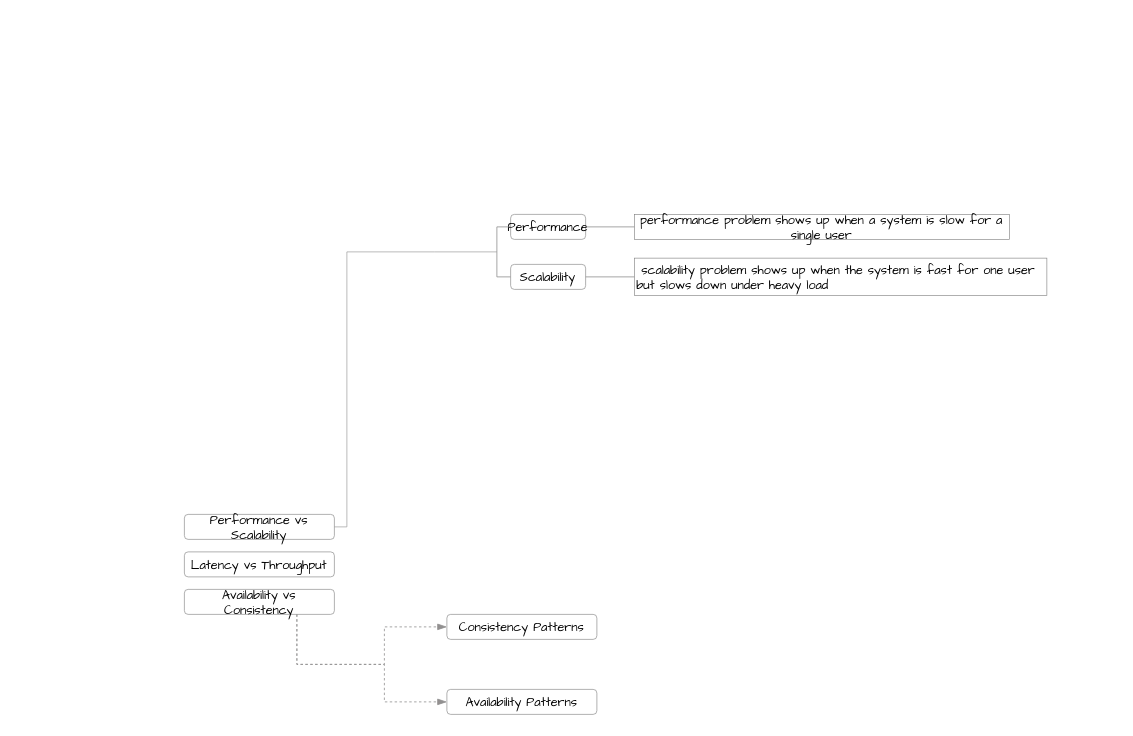
This is [research]SystemDesignKnowledge.drawio from ptt743/draw, a draw.io file, before an edit. Source tidied: cells renumbered, new cells numbered last; positions are measured from the earlier drawing's top-left corner, leaving out a move shared by most shapes. Both pictures are drawn from the tidied source at 125%, with x=0, y=0 at pixel (184, 214).
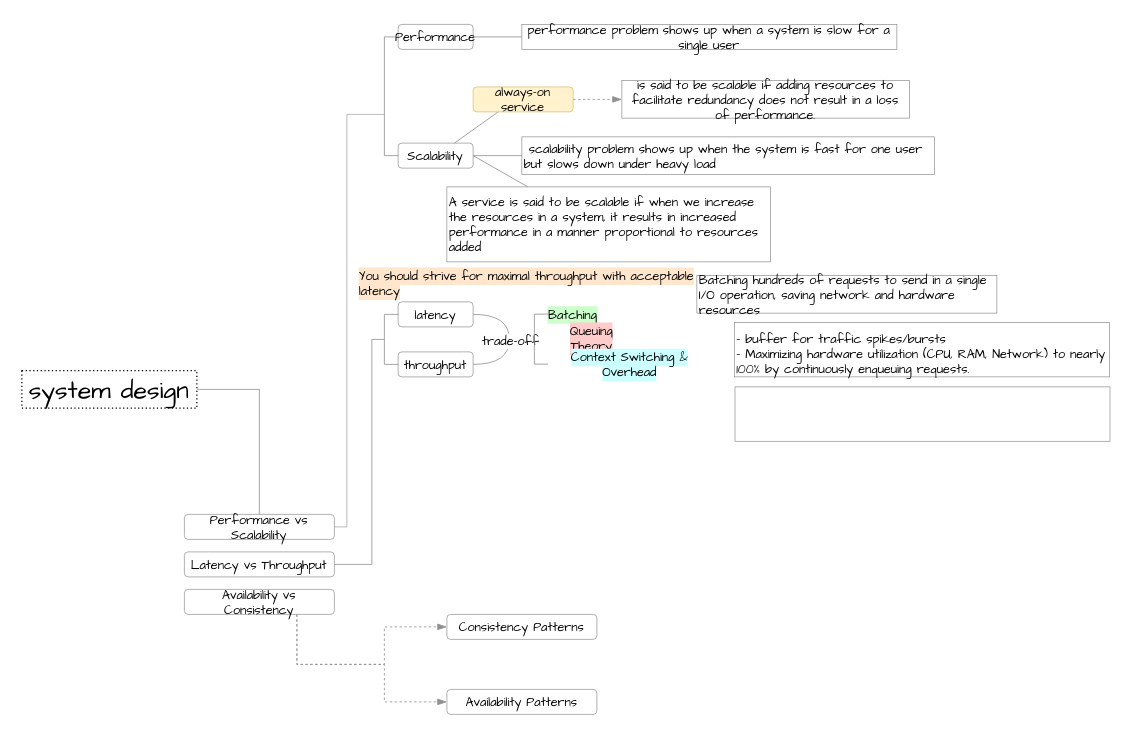
Above is the later version.

Unchanged cells that the change refers to:
```xml
<mxCell id="2" value="&lt;div&gt;Performance vs Scalability&lt;/div&gt;" style="rounded=1;whiteSpace=wrap;html=1;fontFamily=Comic Sans MS;strokeColor=#808080;strokeWidth=0.5;fontSize=10;" parent="1" vertex="1">
  <mxGeometry y="240" width="120" height="20" as="geometry" />
</mxCell>
<mxCell id="3" value="&lt;div&gt;Latency vs Throughput&lt;/div&gt;" style="rounded=1;whiteSpace=wrap;html=1;fontFamily=Comic Sans MS;strokeColor=#808080;strokeWidth=0.5;fontSize=10;" parent="1" vertex="1">
  <mxGeometry y="270" width="120" height="20" as="geometry" />
</mxCell>
```

Diff of the diagram source:
```diff
@@
     <mxCell id="9" value="Performance" style="rounded=1;whiteSpace=wrap;html=1;fontFamily=Comic Sans MS;strokeColor=#808080;strokeWidth=0.5;fontSize=10;" parent="1" vertex="1">
-      <mxGeometry x="261" width="60" height="20" as="geometry" />
+      <mxGeometry x="171" y="-152" width="60" height="20" as="geometry" />
     </mxCell>
     <mxCell id="10" value="Scalability" style="rounded=1;whiteSpace=wrap;html=1;fontFamily=Comic Sans MS;strokeColor=#808080;strokeWidth=0.5;fontSize=10;" parent="1" vertex="1">
-      <mxGeometry x="261" y="40" width="60" height="20" as="geometry" />
+      <mxGeometry x="171" y="-57" width="60" height="20" as="geometry" />
     </mxCell>
     <mxCell id="11" style="endArrow=none;html=1;rounded=0;endFill=0;strokeColor=light-dark(#929090, #ededed);strokeWidth=0.65;exitX=0;exitY=0.5;exitDx=0;exitDy=0;entryX=0;entryY=0.5;entryDx=0;entryDy=0;" parent="1" edge="1" source="9" target="10">
       <mxGeometry relative="1" as="geometry">
         <Array as="points">
-          <mxPoint x="250" y="10" />
-          <mxPoint x="250" y="50" />
+          <mxPoint x="160" y="-142" />
+          <mxPoint x="160" y="-47" />
         </Array>
       </mxGeometry>
     </mxCell>
     <mxCell id="12" style="endArrow=none;html=1;rounded=0;endFill=0;strokeColor=light-dark(#929090, #ededed);strokeWidth=0.5;entryX=1;entryY=0.5;entryDx=0;entryDy=0;" parent="1" edge="1" target="2">
       <mxGeometry relative="1" as="geometry">
-        <mxPoint x="250" y="30" as="sourcePoint" />
+        <mxPoint x="160" y="-80" as="sourcePoint" />
         <Array as="points">
-          <mxPoint x="200" y="30" />
-          <mxPoint x="130" y="30" />
+          <mxPoint x="130" y="-80" />
           <mxPoint x="130" y="250" />
         </Array>
       </mxGeometry>
     </mxCell>
     <mxCell id="13" value="performance problem shows up when a system is slow for a single user" style="rounded=0;whiteSpace=wrap;html=1;fontFamily=Comic Sans MS;strokeColor=#808080;strokeWidth=0.5;align=center;verticalAlign=middle;fontSize=10;" parent="1" vertex="1">
-      <mxGeometry x="360" width="300" height="20" as="geometry" />
+      <mxGeometry x="270" y="-152" width="300" height="20" as="geometry" />
     </mxCell>
@@
     <mxCell id="15" value="&amp;nbsp;scalability problem shows up when the system is fast for one user but slows down under heavy load" style="rounded=0;whiteSpace=wrap;html=1;fontFamily=Comic Sans MS;strokeColor=#808080;strokeWidth=0.5;align=left;verticalAlign=middle;fontSize=10;" parent="1" vertex="1">
-      <mxGeometry x="360" y="35" width="330" height="30" as="geometry" />
+      <mxGeometry x="270" y="-62" width="330" height="30" as="geometry" />
     </mxCell>
@@
+    <mxCell id="17" value="system design" style="text;html=1;whiteSpace=wrap;strokeColor=default;fillColor=none;align=center;verticalAlign=middle;rounded=0;fontFamily=Comic Sans MS;fontSize=20;dashed=1;dashPattern=1 2;" parent="1" vertex="1">
+      <mxGeometry x="-130" y="125" width="140" height="30" as="geometry" />
+    </mxCell>
+    <mxCell id="18" style="endArrow=none;html=1;rounded=0;endFill=0;strokeColor=light-dark(#929090, #ededed);strokeWidth=0.65;entryX=1;entryY=0.5;entryDx=0;entryDy=0;exitX=0.5;exitY=0;exitDx=0;exitDy=0;" parent="1" edge="1" source="2" target="17">
+      <mxGeometry relative="1" as="geometry">
+        <Array as="points">
+          <mxPoint x="60" y="140" />
+        </Array>
+      </mxGeometry>
+    </mxCell>
+    <mxCell id="19" value="A service is said to be scalable if when we increase the resources in a system, it results in increased performance in a manner proportional to resources added" style="rounded=0;whiteSpace=wrap;html=1;fontFamily=Comic Sans MS;strokeColor=#808080;strokeWidth=0.5;align=left;verticalAlign=top;fontSize=10;" parent="1" vertex="1">
+      <mxGeometry x="210" y="-22" width="259" height="60" as="geometry" />
+    </mxCell>
+    <mxCell id="20" style="endArrow=none;html=1;rounded=0;endFill=0;strokeColor=light-dark(#929090, #ededed);strokeWidth=0.65;entryX=1;entryY=0.5;entryDx=0;entryDy=0;exitX=0.25;exitY=0;exitDx=0;exitDy=0;" parent="1" edge="1" source="19" target="10">
+      <mxGeometry relative="1" as="geometry" />
+    </mxCell>
+    <mxCell id="21" value="always-on service" style="rounded=1;whiteSpace=wrap;html=1;fontFamily=Comic Sans MS;strokeColor=#d6b656;strokeWidth=0.5;fontSize=10;fillColor=#fff2cc;" parent="1" vertex="1">
+      <mxGeometry x="231" y="-102" width="80" height="20" as="geometry" />
+    </mxCell>
+    <mxCell id="22" value="is said to be scalable if adding resources to facilitate redundancy does not result in a loss of performance." style="rounded=0;whiteSpace=wrap;html=1;fontFamily=Comic Sans MS;strokeColor=#808080;strokeWidth=0.5;align=center;verticalAlign=middle;fontSize=10;" parent="1" vertex="1">
+      <mxGeometry x="350" y="-107" width="230" height="30" as="geometry" />
+    </mxCell>
+    <mxCell id="23" style="endArrow=blockThin;html=1;rounded=0;endFill=1;strokeColor=light-dark(#929090, #ededed);strokeWidth=0.65;dashed=1;entryX=0;entryY=0.5;entryDx=0;entryDy=0;exitX=1;exitY=0.5;exitDx=0;exitDy=0;" parent="1" edge="1" source="21" target="22">
+      <mxGeometry relative="1" as="geometry" />
+    </mxCell>
+    <mxCell id="24" style="endArrow=none;html=1;rounded=0;endFill=0;strokeColor=light-dark(#929090, #ededed);strokeWidth=0.65;entryX=0.75;entryY=0;entryDx=0;entryDy=0;exitX=0.25;exitY=1;exitDx=0;exitDy=0;" parent="1" edge="1" source="21" target="10">
+      <mxGeometry relative="1" as="geometry" />
+    </mxCell>
+    <mxCell id="25" value="latency" style="rounded=1;whiteSpace=wrap;html=1;fontFamily=Comic Sans MS;strokeColor=#808080;strokeWidth=0.5;fontSize=10;" parent="1" vertex="1">
+      <mxGeometry x="171" y="70" width="60" height="20" as="geometry" />
+    </mxCell>
+    <mxCell id="26" value="throughput" style="rounded=1;whiteSpace=wrap;html=1;fontFamily=Comic Sans MS;strokeColor=#808080;strokeWidth=0.5;fontSize=10;" parent="1" vertex="1">
+      <mxGeometry x="171" y="110" width="60" height="20" as="geometry" />
+    </mxCell>
+    <mxCell id="27" style="endArrow=none;html=1;rounded=0;endFill=0;strokeColor=light-dark(#929090, #ededed);strokeWidth=0.65;entryX=1;entryY=0.5;entryDx=0;entryDy=0;" parent="1" edge="1" target="3">
+      <mxGeometry relative="1" as="geometry">
+        <mxPoint x="160" y="100" as="sourcePoint" />
+        <Array as="points">
+          <mxPoint x="150" y="100" />
+          <mxPoint x="150" y="280" />
+        </Array>
+      </mxGeometry>
+    </mxCell>
+    <mxCell id="28" style="endArrow=none;html=1;rounded=0;endFill=0;strokeColor=light-dark(#929090, #ededed);strokeWidth=0.65;" parent="1" edge="1">
+      <mxGeometry relative="1" as="geometry">
+        <mxPoint x="160" y="80" as="sourcePoint" />
+        <mxPoint x="160" y="120" as="targetPoint" />
+      </mxGeometry>
+    </mxCell>
+    <mxCell id="29" style="endArrow=none;html=1;rounded=0;endFill=0;strokeColor=light-dark(#929090, #ededed);strokeWidth=0.65;entryX=0;entryY=0.5;entryDx=0;entryDy=0;" parent="1" edge="1" target="26">
+      <mxGeometry relative="1" as="geometry">
+        <mxPoint x="160" y="120" as="sourcePoint" />
+      </mxGeometry>
+    </mxCell>
+    <mxCell id="30" style="endArrow=none;html=1;rounded=0;endFill=0;strokeColor=light-dark(#929090, #ededed);strokeWidth=0.65;entryX=0;entryY=0.5;entryDx=0;entryDy=0;" parent="1" edge="1">
+      <mxGeometry relative="1" as="geometry">
+        <mxPoint x="160" y="80" as="sourcePoint" />
+        <mxPoint x="171" y="80" as="targetPoint" />
+      </mxGeometry>
+    </mxCell>
+    <mxCell id="31" style="endArrow=none;html=1;rounded=0;endFill=0;strokeColor=light-dark(#929090, #ededed);strokeWidth=0.65;entryX=1;entryY=0.5;entryDx=0;entryDy=0;exitX=1;exitY=0.5;exitDx=0;exitDy=0;curved=1;" parent="1" edge="1" source="26" target="25">
+      <mxGeometry relative="1" as="geometry">
+        <Array as="points">
+          <mxPoint x="260" y="120" />
+          <mxPoint x="260" y="80" />
+        </Array>
+      </mxGeometry>
+    </mxCell>
+    <mxCell id="32" value="trade-off" style="edgeLabel;html=1;align=center;verticalAlign=middle;fontFamily=Comic Sans MS;fontSize=10;" parent="31" vertex="1">
+      <mxGeometry x="-0.01" relative="1" as="geometry" />
+    </mxCell>
+    <mxCell id="33" value="&lt;span style=&quot;background-color: rgb(204, 255, 204);&quot;&gt;Batching&lt;/span&gt;" style="text;html=1;whiteSpace=wrap;strokeColor=none;fillColor=none;align=center;verticalAlign=middle;rounded=0;fontFamily=Comic Sans MS;fontSize=10;" parent="1" vertex="1">
+      <mxGeometry x="291" y="70" width="40" height="20" as="geometry" />
+    </mxCell>
+    <mxCell id="34" value="&lt;span style=&quot;background-color: rgb(255, 204, 204);&quot;&gt;Queuing Theory&lt;/span&gt;" style="text;html=1;whiteSpace=wrap;strokeColor=none;fillColor=none;align=center;verticalAlign=middle;rounded=0;fontFamily=Comic Sans MS;fontSize=10;" parent="1" vertex="1">
+      <mxGeometry x="291" y="89" width="70" height="20" as="geometry" />
+    </mxCell>
+    <mxCell id="35" value="&lt;span style=&quot;background-color: rgb(204, 255, 255);&quot;&gt;Context Switching &amp;amp; Overhead&lt;/span&gt;" style="text;html=1;whiteSpace=wrap;strokeColor=none;fillColor=none;align=center;verticalAlign=middle;rounded=0;fontFamily=Comic Sans MS;fontSize=10;" parent="1" vertex="1">
+      <mxGeometry x="291" y="110" width="130.5" height="20" as="geometry" />
+    </mxCell>
+    <mxCell id="36" style="endArrow=none;html=1;rounded=0;endFill=0;strokeColor=light-dark(#929090, #ededed);strokeWidth=0.65;" parent="1" edge="1">
+      <mxGeometry relative="1" as="geometry">
+        <mxPoint x="280" y="79.8" as="sourcePoint" />
+        <mxPoint x="280" y="119.8" as="targetPoint" />
+      </mxGeometry>
+    </mxCell>
+    <mxCell id="37" style="endArrow=none;html=1;rounded=0;endFill=0;strokeColor=light-dark(#929090, #ededed);strokeWidth=0.65;entryX=0;entryY=0.5;entryDx=0;entryDy=0;" parent="1" edge="1">
+      <mxGeometry relative="1" as="geometry">
+        <mxPoint x="280" y="119.8" as="sourcePoint" />
+        <mxPoint x="291" y="119.8" as="targetPoint" />
+      </mxGeometry>
+    </mxCell>
+    <mxCell id="38" style="endArrow=none;html=1;rounded=0;endFill=0;strokeColor=light-dark(#929090, #ededed);strokeWidth=0.65;entryX=0;entryY=0.5;entryDx=0;entryDy=0;" parent="1" edge="1">
+      <mxGeometry relative="1" as="geometry">
+        <mxPoint x="280" y="79.8" as="sourcePoint" />
+        <mxPoint x="291" y="79.8" as="targetPoint" />
+      </mxGeometry>
+    </mxCell>
+    <mxCell id="39" value="Batching hundreds of requests to send in a single I/O operation, saving network and hardware resources" style="rounded=0;whiteSpace=wrap;html=1;fontFamily=Comic Sans MS;strokeColor=#808080;strokeWidth=0.5;align=left;verticalAlign=middle;fontSize=10;" parent="1" vertex="1">
+      <mxGeometry x="410" y="49" width="240" height="30" as="geometry" />
+    </mxCell>
+    <mxCell id="40" value="- buffer for&amp;nbsp;traffic spikes/bursts&lt;div&gt;-&amp;nbsp;Maximizing hardware utilization (CPU, RAM, Network) to nearly 100% by continuously enqueuing requests.&lt;/div&gt;" style="rounded=0;whiteSpace=wrap;html=1;fontFamily=Comic Sans MS;strokeColor=#808080;strokeWidth=0.5;align=left;verticalAlign=top;fontSize=10;" parent="1" vertex="1">
+      <mxGeometry x="440" y="86.5" width="300" height="43.5" as="geometry" />
+    </mxCell>
+    <mxCell id="41" style="rounded=0;whiteSpace=wrap;html=1;fontFamily=Comic Sans MS;strokeColor=#808080;strokeWidth=0.5;align=left;verticalAlign=top;fontSize=10;" parent="1" vertex="1">
+      <mxGeometry x="440.5" y="138" width="300" height="43.5" as="geometry" />
+    </mxCell>
+    <mxCell id="42" value="&lt;span style=&quot;background-color: rgb(255, 230, 204);&quot;&gt;You should strive for maximal throughput with acceptable latency&lt;/span&gt;" style="text;html=1;whiteSpace=wrap;strokeColor=none;fillColor=none;align=left;verticalAlign=middle;rounded=0;fontFamily=Comic Sans MS;fontSize=10;" parent="1" vertex="1">
+      <mxGeometry x="137.5" y="40" width="279" height="30" as="geometry" />
+    </mxCell>
```
